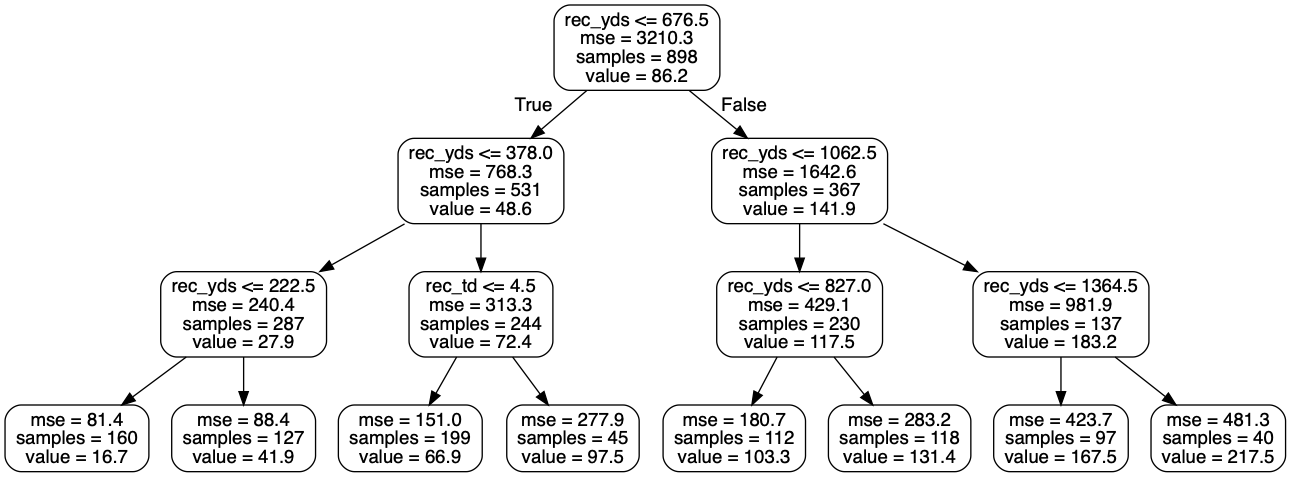
Before: wr_small_tree.png, a diagram exported from Graphviz (oldmanoldson/DataAnalytics). Its source is kept beside it as wr_small_tree.dot.
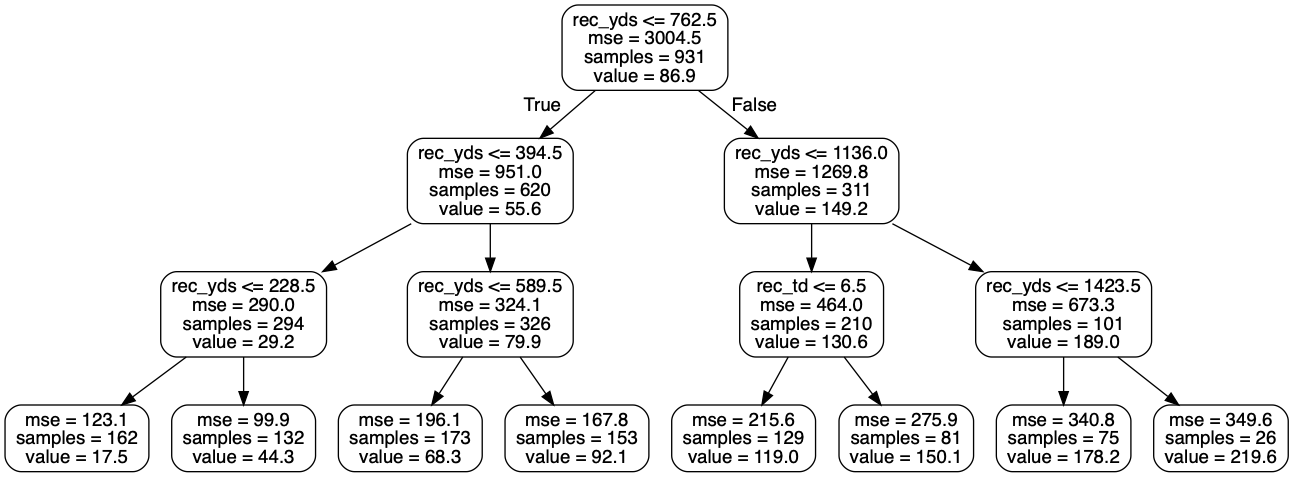
Above is the later version.

Commit message:
updated png files and added a full decision tree for QB

The edit, as a diff of the source:
```diff
@@ -1,33 +1,33 @@
 digraph Tree {
 node [shape=box, style="rounded", color="black", fontname=helvetica] ;
 edge [fontname=helvetica] ;
-0 [label="rec_yds <= 676.5\nmse = 3210.3\nsamples = 898\nvalue = 86.2"] ;
-1 [label="rec_yds <= 378.0\nmse = 768.3\nsamples = 531\nvalue = 48.6"] ;
+0 [label="rec_yds <= 762.5\nmse = 3004.5\nsamples = 931\nvalue = 86.9"] ;
+1 [label="rec_yds <= 394.5\nmse = 951.0\nsamples = 620\nvalue = 55.6"] ;
 0 -> 1 [labeldistance=2.5, labelangle=45, headlabel="True"] ;
-2 [label="rec_yds <= 222.5\nmse = 240.4\nsamples = 287\nvalue = 27.9"] ;
+2 [label="rec_yds <= 228.5\nmse = 290.0\nsamples = 294\nvalue = 29.2"] ;
 1 -> 2 ;
-3 [label="mse = 81.4\nsamples = 160\nvalue = 16.7"] ;
+3 [label="mse = 123.1\nsamples = 162\nvalue = 17.5"] ;
 2 -> 3 ;
-4 [label="mse = 88.4\nsamples = 127\nvalue = 41.9"] ;
+4 [label="mse = 99.9\nsamples = 132\nvalue = 44.3"] ;
 2 -> 4 ;
-5 [label="rec_td <= 4.5\nmse = 313.3\nsamples = 244\nvalue = 72.4"] ;
+5 [label="rec_yds <= 589.5\nmse = 324.1\nsamples = 326\nvalue = 79.9"] ;
 1 -> 5 ;
-6 [label="mse = 151.0\nsamples = 199\nvalue = 66.9"] ;
+6 [label="mse = 196.1\nsamples = 173\nvalue = 68.3"] ;
 5 -> 6 ;
-7 [label="mse = 277.9\nsamples = 45\nvalue = 97.5"] ;
+7 [label="mse = 167.8\nsamples = 153\nvalue = 92.1"] ;
 5 -> 7 ;
-8 [label="rec_yds <= 1062.5\nmse = 1642.6\nsamples = 367\nvalue = 141.9"] ;
+8 [label="rec_yds <= 1136.0\nmse = 1269.8\nsamples = 311\nvalue = 149.2"] ;
 0 -> 8 [labeldistance=2.5, labelangle=-45, headlabel="False"] ;
-9 [label="rec_yds <= 827.0\nmse = 429.1\nsamples = 230\nvalue = 117.5"] ;
+9 [label="rec_td <= 6.5\nmse = 464.0\nsamples = 210\nvalue = 130.6"] ;
 8 -> 9 ;
-10 [label="mse = 180.7\nsamples = 112\nvalue = 103.3"] ;
+10 [label="mse = 215.6\nsamples = 129\nvalue = 119.0"] ;
 9 -> 10 ;
-11 [label="mse = 283.2\nsamples = 118\nvalue = 131.4"] ;
+11 [label="mse = 275.9\nsamples = 81\nvalue = 150.1"] ;
 9 -> 11 ;
-12 [label="rec_yds <= 1364.5\nmse = 981.9\nsamples = 137\nvalue = 183.2"] ;
+12 [label="rec_yds <= 1423.5\nmse = 673.3\nsamples = 101\nvalue = 189.0"] ;
 8 -> 12 ;
-13 [label="mse = 423.7\nsamples = 97\nvalue = 167.5"] ;
+13 [label="mse = 340.8\nsamples = 75\nvalue = 178.2"] ;
 12 -> 13 ;
-14 [label="mse = 481.3\nsamples = 40\nvalue = 217.5"] ;
+14 [label="mse = 349.6\nsamples = 26\nvalue = 219.6"] ;
 12 -> 14 ;
 }
```
